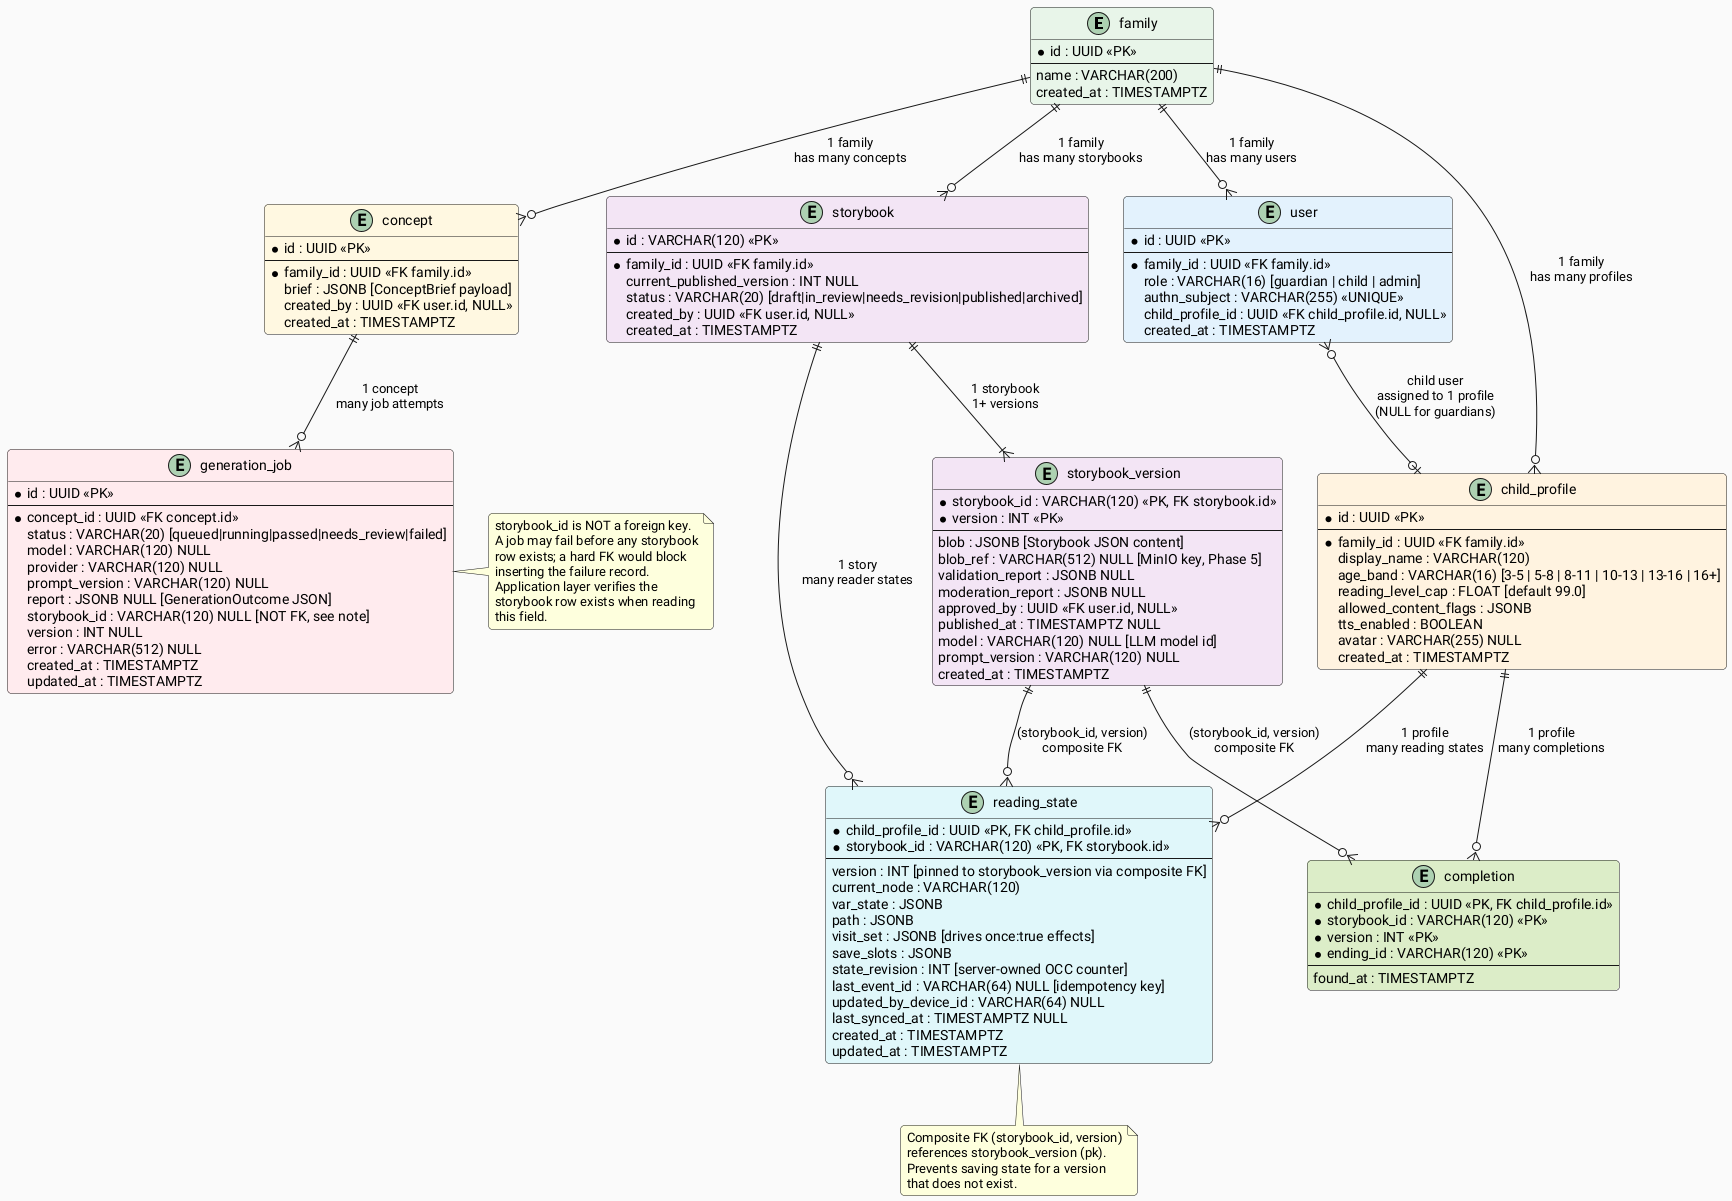
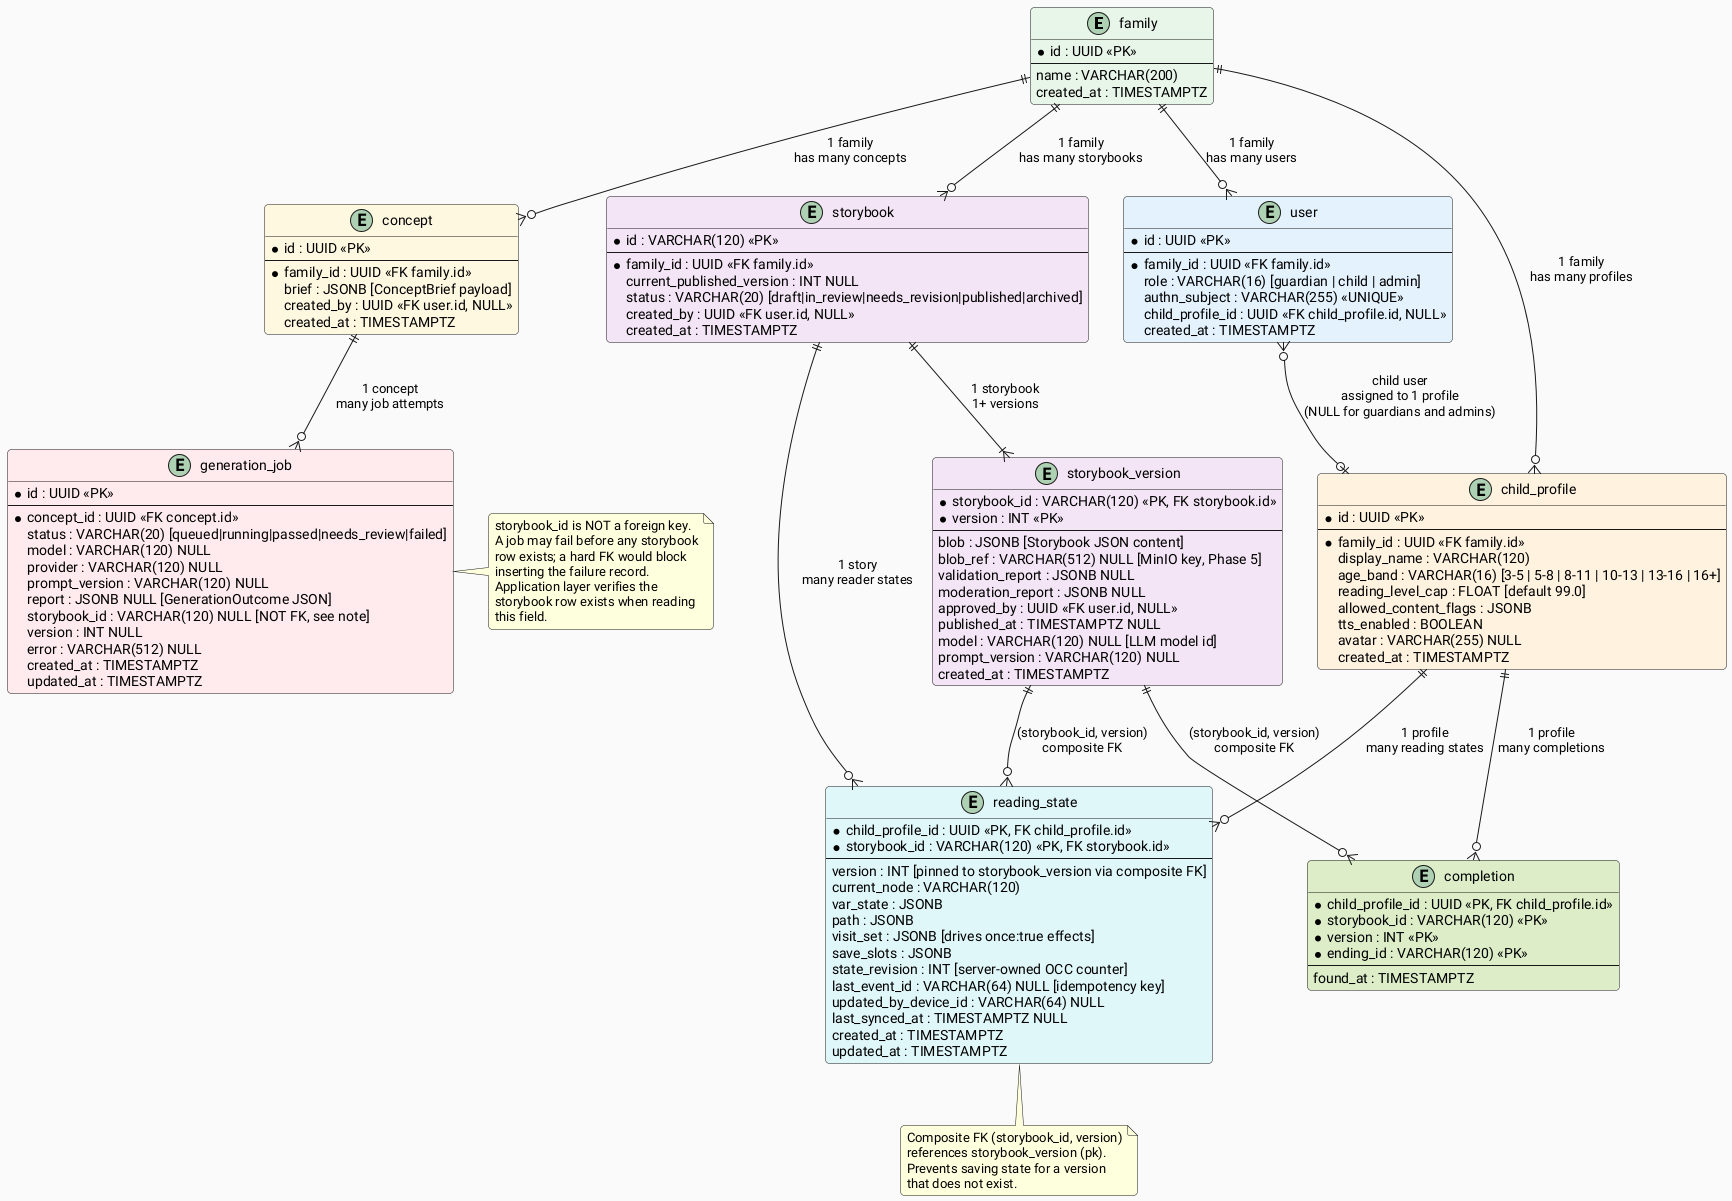
@startuml er-diagram
' ============================================================
' Entity-Relationship Diagram: 9 ORM Tables
' CYO Adventure
'
' Source file:
'   src/cyo_adventure/db/models.py  (SQLAlchemy ORM, all tables, columns, FKs)
'
' Note: all timestamps are TIMESTAMP WITH TIME ZONE (timezone-aware).
' Enum columns (role, status, age_band) are stored as strings (simple Alembic
' migrations; validated at the application boundary).
' ============================================================

skinparam defaultFontName "Roboto"
skinparam backgroundColor #FAFAFA
skinparam roundCorner 8

entity "family" as family #E8F5E9 {
  * id : UUID <<PK>>
  --
  name : VARCHAR(200)
  created_at : TIMESTAMPTZ
}

entity "user" as user_t #E3F2FD {
  * id : UUID <<PK>>
  --
  * family_id : UUID <<FK family.id>>
  role : VARCHAR(16) [guardian | child | admin]
  authn_subject : VARCHAR(255) <<UNIQUE>>
  child_profile_id : UUID <<FK child_profile.id, NULL>>
  created_at : TIMESTAMPTZ
}

entity "child_profile" as child_profile #FFF3E0 {
  * id : UUID <<PK>>
  --
  * family_id : UUID <<FK family.id>>
  display_name : VARCHAR(120)
  age_band : VARCHAR(16) [3-5 | 5-8 | 8-11 | 10-13 | 13-16 | 16+]
  reading_level_cap : FLOAT [default 99.0]
  allowed_content_flags : JSONB
  tts_enabled : BOOLEAN
  avatar : VARCHAR(255) NULL
  created_at : TIMESTAMPTZ
}

entity "storybook" as storybook #F3E5F5 {
  * id : VARCHAR(120) <<PK>>
  --
  * family_id : UUID <<FK family.id>>
  current_published_version : INT NULL
  status : VARCHAR(20) [draft|in_review|needs_revision|published|archived]
  created_by : UUID <<FK user.id, NULL>>
  created_at : TIMESTAMPTZ
}

entity "storybook_version" as storybook_version #F3E5F5 {
  * storybook_id : VARCHAR(120) <<PK, FK storybook.id>>
  * version : INT <<PK>>
  --
  blob : JSONB [Storybook JSON content]
  blob_ref : VARCHAR(512) NULL [MinIO key, Phase 5]
  validation_report : JSONB NULL
  moderation_report : JSONB NULL
  approved_by : UUID <<FK user.id, NULL>>
  published_at : TIMESTAMPTZ NULL
  model : VARCHAR(120) NULL [LLM model id]
  prompt_version : VARCHAR(120) NULL
  created_at : TIMESTAMPTZ
}

entity "reading_state" as reading_state #E0F7FA {
  * child_profile_id : UUID <<PK, FK child_profile.id>>
  * storybook_id : VARCHAR(120) <<PK, FK storybook.id>>
  --
  version : INT [pinned to storybook_version via composite FK]
  current_node : VARCHAR(120)
  var_state : JSONB
  path : JSONB
  visit_set : JSONB [drives once:true effects]
  save_slots : JSONB
  state_revision : INT [server-owned OCC counter]
  last_event_id : VARCHAR(64) NULL [idempotency key]
  updated_by_device_id : VARCHAR(64) NULL
  last_synced_at : TIMESTAMPTZ NULL
  created_at : TIMESTAMPTZ
  updated_at : TIMESTAMPTZ
}

entity "completion" as completion #DCEDC8 {
  * child_profile_id : UUID <<PK, FK child_profile.id>>
  * storybook_id : VARCHAR(120) <<PK>>
  * version : INT <<PK>>
  * ending_id : VARCHAR(120) <<PK>>
  --
  found_at : TIMESTAMPTZ
}

entity "concept" as concept #FFF8E1 {
  * id : UUID <<PK>>
  --
  * family_id : UUID <<FK family.id>>
  brief : JSONB [ConceptBrief payload]
  created_by : UUID <<FK user.id, NULL>>
  created_at : TIMESTAMPTZ
}

entity "generation_job" as generation_job #FFEBEE {
  * id : UUID <<PK>>
  --
  * concept_id : UUID <<FK concept.id>>
  status : VARCHAR(20) [queued|running|passed|needs_review|failed]
  model : VARCHAR(120) NULL
  provider : VARCHAR(120) NULL
  prompt_version : VARCHAR(120) NULL
  report : JSONB NULL [GenerationOutcome JSON]
  storybook_id : VARCHAR(120) NULL [NOT FK, see note]
  version : INT NULL
  error : VARCHAR(512) NULL
  created_at : TIMESTAMPTZ
  updated_at : TIMESTAMPTZ
}

' --- Relationships ---
family ||--o{ user_t : "1 family\nhas many users"
family ||--o{ child_profile : "1 family\nhas many profiles"
family ||--o{ storybook : "1 family\nhas many storybooks"
family ||--o{ concept : "1 family\nhas many concepts"
- user_t }o--o| child_profile : "child user\nassigned to 1 profile\n(NULL for guardians)"
+ user_t }o--o| child_profile : "child user\nassigned to 1 profile\n(NULL for guardians and admins)"
storybook ||--|{ storybook_version : "1 storybook\n1+ versions"
child_profile ||--o{ reading_state : "1 profile\nmany reading states"
storybook ||--o{ reading_state : "1 story\nmany reader states"
storybook_version ||--o{ reading_state : "(storybook_id, version)\ncomposite FK"
child_profile ||--o{ completion : "1 profile\nmany completions"
storybook_version ||--o{ completion : "(storybook_id, version)\ncomposite FK"
concept ||--o{ generation_job : "1 concept\nmany job attempts"

note right of generation_job
  storybook_id is NOT a foreign key.
  A job may fail before any storybook
  row exists; a hard FK would block
  inserting the failure record.
  Application layer verifies the
  storybook row exists when reading
  this field.
end note

note bottom of reading_state
  Composite FK (storybook_id, version)
  references storybook_version (pk).
  Prevents saving state for a version
  that does not exist.
end note

@enduml
